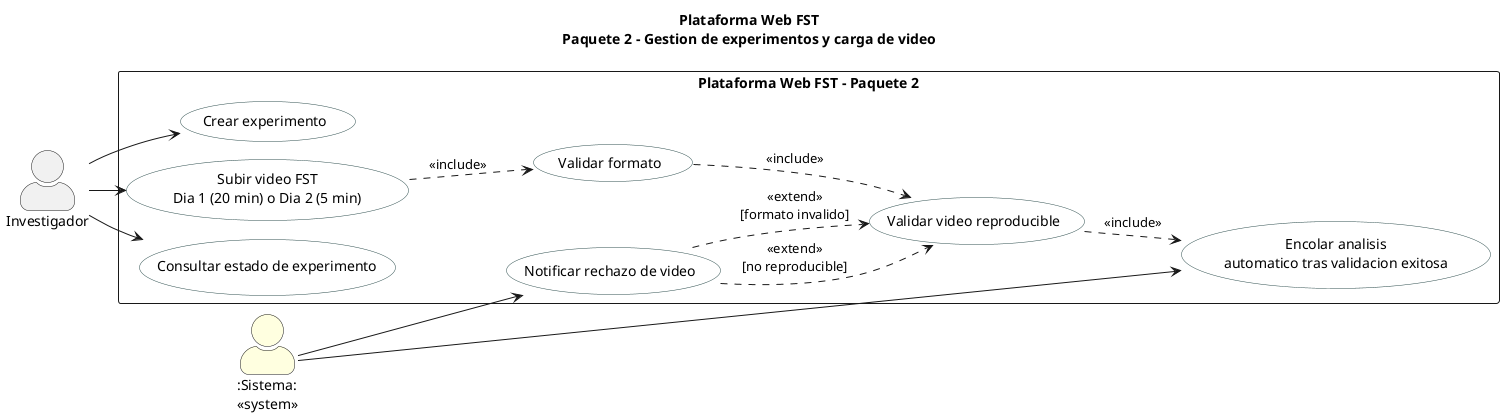
Above: figures/mermaid/cu_paquete2.png in ErickJester/fst-ai-system-latex (PlantUML), before the change.
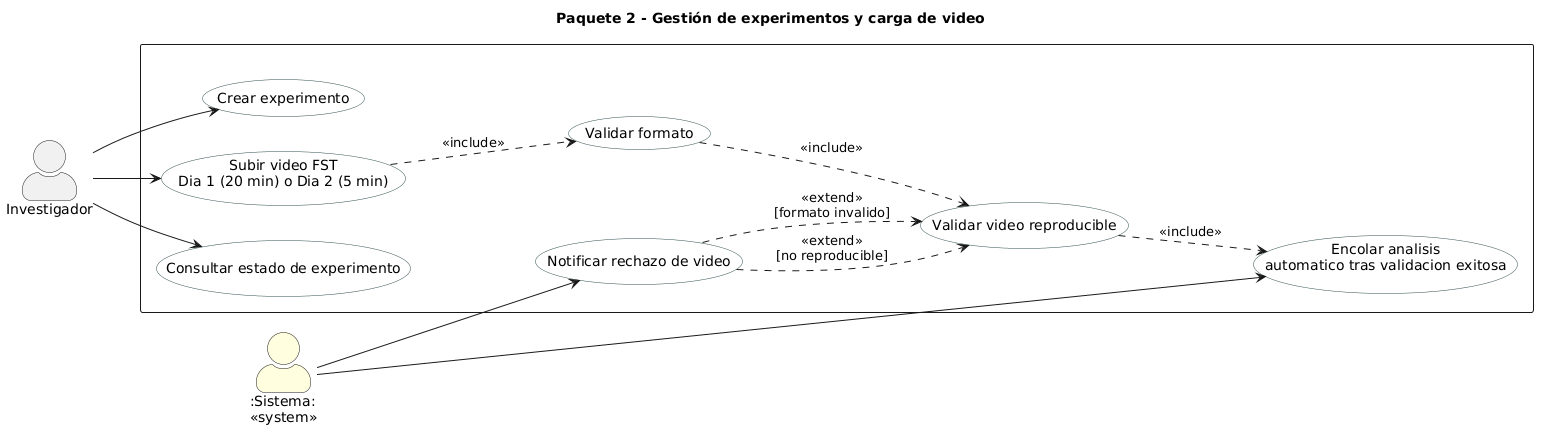
The same file after the commit.

Change to the diagram source:
```diff
@@ -1,6 +1,6 @@
 @startuml
-!pragma layout smetana
-title Plataforma Web FST\nPaquete 2 - Gestion de experimentos y carga de video
+Title Paquete 2 - Gestión de experimentos y carga de video
+
 left to right direction
 skinparam packageStyle rectangle
 skinparam actorStyle awesome
@@ -8,9 +8,11 @@
   BackgroundColor White
   BorderColor DarkSlateGray
 }
+
 actor "Investigador" as INV
 actor ":Sistema:\n<<system>>" as SYS #LightYellow
-rectangle "Plataforma Web FST - Paquete 2" {
+
+rectangle " " {
   usecase "Crear experimento" as UC21
   usecase "Subir video FST\nDia 1 (20 min) o Dia 2 (5 min)" as UC22
   usecase "Validar formato" as UC23
@@ -19,14 +21,17 @@
   usecase "Notificar rechazo de video" as UC26
   usecase "Consultar estado de experimento" as UC27
 }
+
 INV --> UC21
 INV --> UC22
 INV --> UC27
 SYS --> UC25
 SYS --> UC26
+
 UC22 ..> UC23 : <<include>>
 UC23 ..> UC24 : <<include>>
 UC24 ..> UC25 : <<include>>
+
 UC26 ..> UC24 : <<extend>>\n[no reproducible]
 UC26 ..> UC24 : <<extend>>\n[formato invalido]
 @enduml
```
